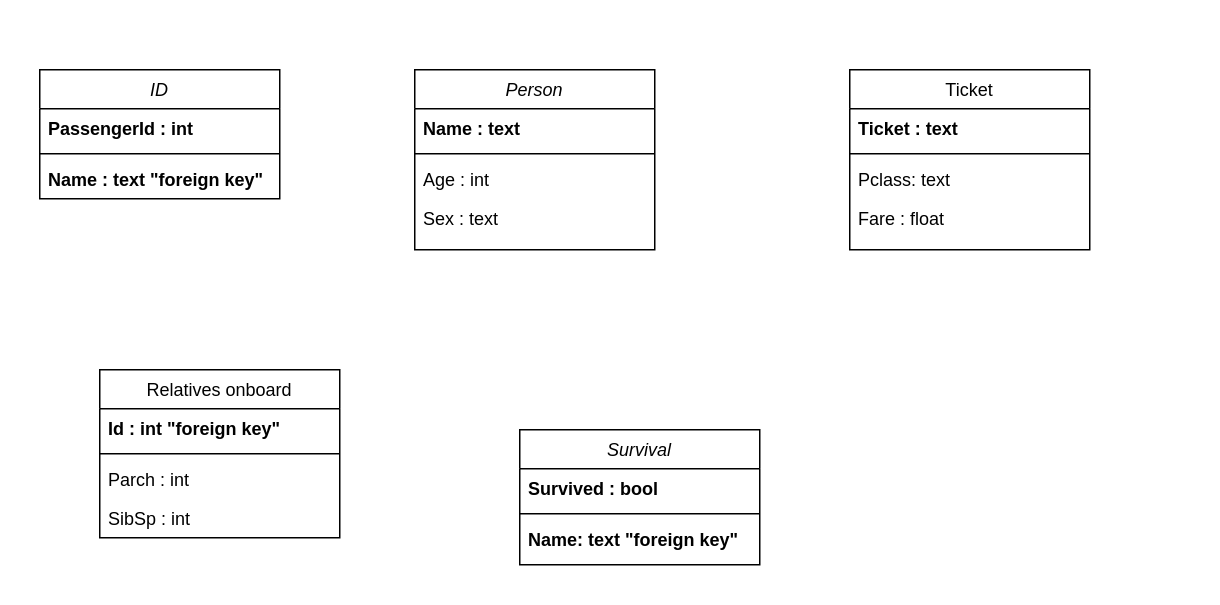
The draw.io diagram Ешефтшс.drawio in ivankondratyev/AI_Arch_IU, before the edit. Source tidied: cells renumbered, new cells numbered last; positions are measured from the earlier drawing's top-left corner, leaving out a move shared by most shapes. Both pictures are drawn from the tidied source at 150%, with x=0, y=0 at pixel (39, 69).
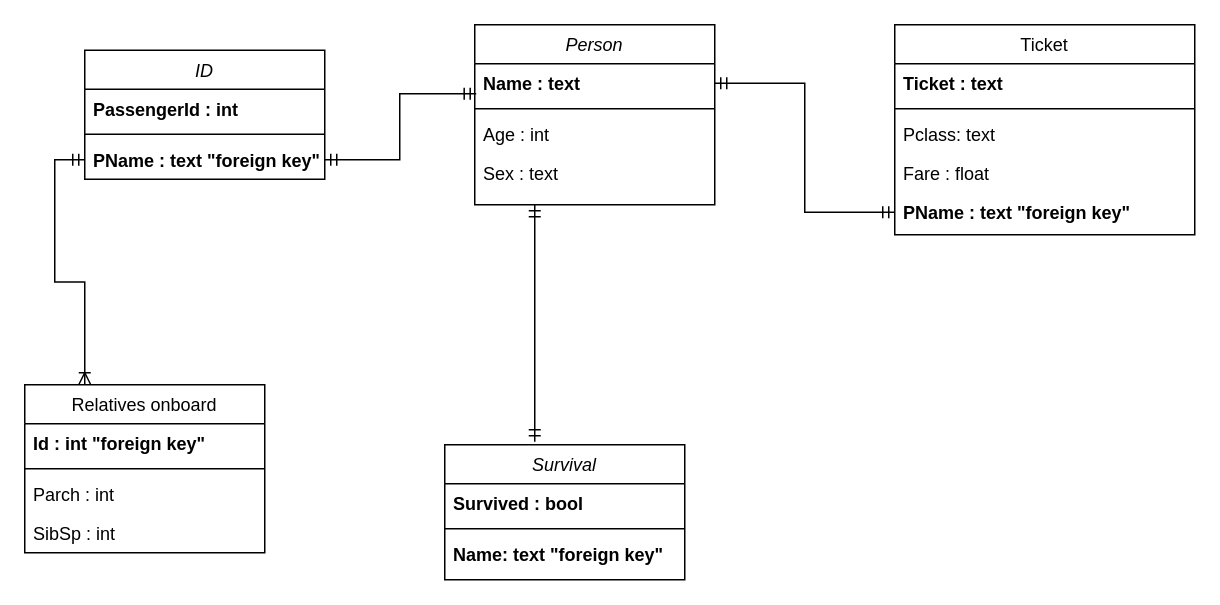
Above is the later version.

The change refers to these unchanged cells:
```xml
<mxCell id="3" value="Name : text" style="text;align=left;verticalAlign=top;spacingLeft=4;spacingRight=4;overflow=hidden;points=[[0,0.5],[1,0.5]];portConstraint=eastwest;fontStyle=1;" parent="2" vertex="1">
  <mxGeometry y="26" width="160" height="26" as="geometry" />
</mxCell>
```

Change to the diagram source:
```diff
@@
+    <mxCell id="25" style="edgeStyle=orthogonalEdgeStyle;rounded=0;jettySize=auto;html=1;exitX=0.25;exitY=1;exitDx=0;exitDy=0;entryX=0.375;entryY=-0.022;entryDx=0;entryDy=0;entryPerimeter=0;startArrow=ERmandOne;startFill=0;endArrow=ERmandOne;endFill=0;" parent="1" edge="1" source="2" target="21">
+      <mxGeometry relative="1" as="geometry" />
+    </mxCell>
     <mxCell id="2" value="Person" style="swimlane;fontStyle=2;align=center;verticalAlign=top;horizontal=1;startSize=26;rounded=0;shadow=0;strokeWidth=1;" parent="1" vertex="1">
-      <mxGeometry x="250" width="160" height="120" as="geometry" />
+      <mxGeometry x="290" y="-30" width="160" height="120" as="geometry" />
     </mxCell>
@@
     <mxCell id="7" value="Relatives onboard" style="swimlane;fontStyle=0;align=center;verticalAlign=top;horizontal=1;startSize=26;rounded=0;shadow=0;strokeWidth=1;" parent="1" vertex="1">
-      <mxGeometry x="40" y="200" width="160" height="112" as="geometry" />
+      <mxGeometry x="-10" y="210" width="160" height="112" as="geometry" />
     </mxCell>
@@
     <mxCell id="12" value="Ticket" style="swimlane;fontStyle=0;align=center;verticalAlign=top;horizontal=1;startSize=26;rounded=0;shadow=0;strokeWidth=1;" parent="1" vertex="1">
-      <mxGeometry x="540" width="160" height="120" as="geometry" />
+      <mxGeometry x="570" y="-30" width="200" height="140" as="geometry" />
     </mxCell>
     <mxCell id="13" value="Ticket : text" style="text;align=left;verticalAlign=top;spacingLeft=4;spacingRight=4;overflow=hidden;fontStyle=1;" parent="12" vertex="1">
-      <mxGeometry y="26" width="160" height="26" as="geometry" />
+      <mxGeometry y="26" width="200" height="26" as="geometry" />
     </mxCell>
     <mxCell id="14" style="line;html=1;strokeWidth=1;align=left;verticalAlign=middle;spacingTop=-1;spacingLeft=3;spacingRight=3;labelPosition=right;" parent="12" vertex="1">
-      <mxGeometry y="52" width="160" height="8" as="geometry" />
+      <mxGeometry y="52" width="200" height="8" as="geometry" />
     </mxCell>
     <mxCell id="15" value="Pclass: text" style="text;align=left;verticalAlign=top;spacingLeft=4;spacingRight=4;overflow=hidden;rounded=0;shadow=0;html=0;" parent="12" vertex="1">
-      <mxGeometry y="60" width="160" height="26" as="geometry" />
+      <mxGeometry y="60" width="200" height="26" as="geometry" />
     </mxCell>
     <mxCell id="16" value="Fare : float" style="text;align=left;verticalAlign=top;spacingLeft=4;spacingRight=4;overflow=hidden;rounded=0;shadow=0;html=0;" parent="12" vertex="1">
-      <mxGeometry y="86" width="160" height="26" as="geometry" />
+      <mxGeometry y="86" width="200" height="26" as="geometry" />
     </mxCell>
+    <mxCell id="26" value="PName : text &quot;foreign key&quot;" style="text;align=left;verticalAlign=top;spacingLeft=4;spacingRight=4;overflow=hidden;points=[[0,0.5],[1,0.5]];portConstraint=eastwest;fontStyle=1;" parent="12" vertex="1">
+      <mxGeometry y="112" width="200" height="26" as="geometry" />
+    </mxCell>
     <mxCell id="17" value="ID" style="swimlane;fontStyle=2;align=center;verticalAlign=top;horizontal=1;startSize=26;rounded=0;shadow=0;strokeWidth=1;" parent="1" vertex="1">
-      <mxGeometry width="160" height="86" as="geometry" />
+      <mxGeometry x="30" y="-13" width="160" height="86" as="geometry" />
     </mxCell>
@@
-    <mxCell id="20" value="Name : text &quot;foreign key&quot;" style="text;align=left;verticalAlign=top;spacingLeft=4;spacingRight=4;overflow=hidden;points=[[0,0.5],[1,0.5]];portConstraint=eastwest;fontStyle=1;" parent="17" vertex="1">
+    <mxCell id="20" value="PName : text &quot;foreign key&quot;" style="text;align=left;verticalAlign=top;spacingLeft=4;spacingRight=4;overflow=hidden;points=[[0,0.5],[1,0.5]];portConstraint=eastwest;fontStyle=1;" parent="17" vertex="1">
       <mxGeometry y="60" width="160" height="26" as="geometry" />
     </mxCell>
     <mxCell id="21" value="Survival" style="swimlane;fontStyle=2;align=center;verticalAlign=top;horizontal=1;startSize=26;rounded=0;shadow=0;strokeWidth=1;" parent="1" vertex="1">
-      <mxGeometry x="320" y="240" width="160" height="90" as="geometry" />
+      <mxGeometry x="270" y="250" width="160" height="90" as="geometry" />
     </mxCell>
@@
+    <mxCell id="27" style="edgeStyle=orthogonalEdgeStyle;rounded=0;jettySize=auto;html=1;exitX=0.006;exitY=0.769;exitDx=0;exitDy=0;exitPerimeter=0;startArrow=ERmandOne;startFill=0;endArrow=ERmandOne;endFill=0;" parent="1" edge="1" source="3" target="20">
+      <mxGeometry relative="1" as="geometry" />
+    </mxCell>
+    <mxCell id="28" style="edgeStyle=orthogonalEdgeStyle;rounded=0;jettySize=auto;html=1;exitX=0;exitY=0.5;exitDx=0;exitDy=0;entryX=0.25;entryY=0;entryDx=0;entryDy=0;startArrow=ERmandOne;startFill=0;endArrow=ERoneToMany;endFill=0;" parent="1" edge="1" source="20" target="7">
+      <mxGeometry relative="1" as="geometry" />
+    </mxCell>
+    <mxCell id="29" style="edgeStyle=orthogonalEdgeStyle;rounded=0;jettySize=auto;html=1;exitX=1;exitY=0.5;exitDx=0;exitDy=0;entryX=0;entryY=0.5;entryDx=0;entryDy=0;startArrow=ERmandOne;startFill=0;endArrow=ERmandOne;endFill=0;" parent="1" edge="1" source="3" target="26">
+      <mxGeometry relative="1" as="geometry" />
+    </mxCell>
```
